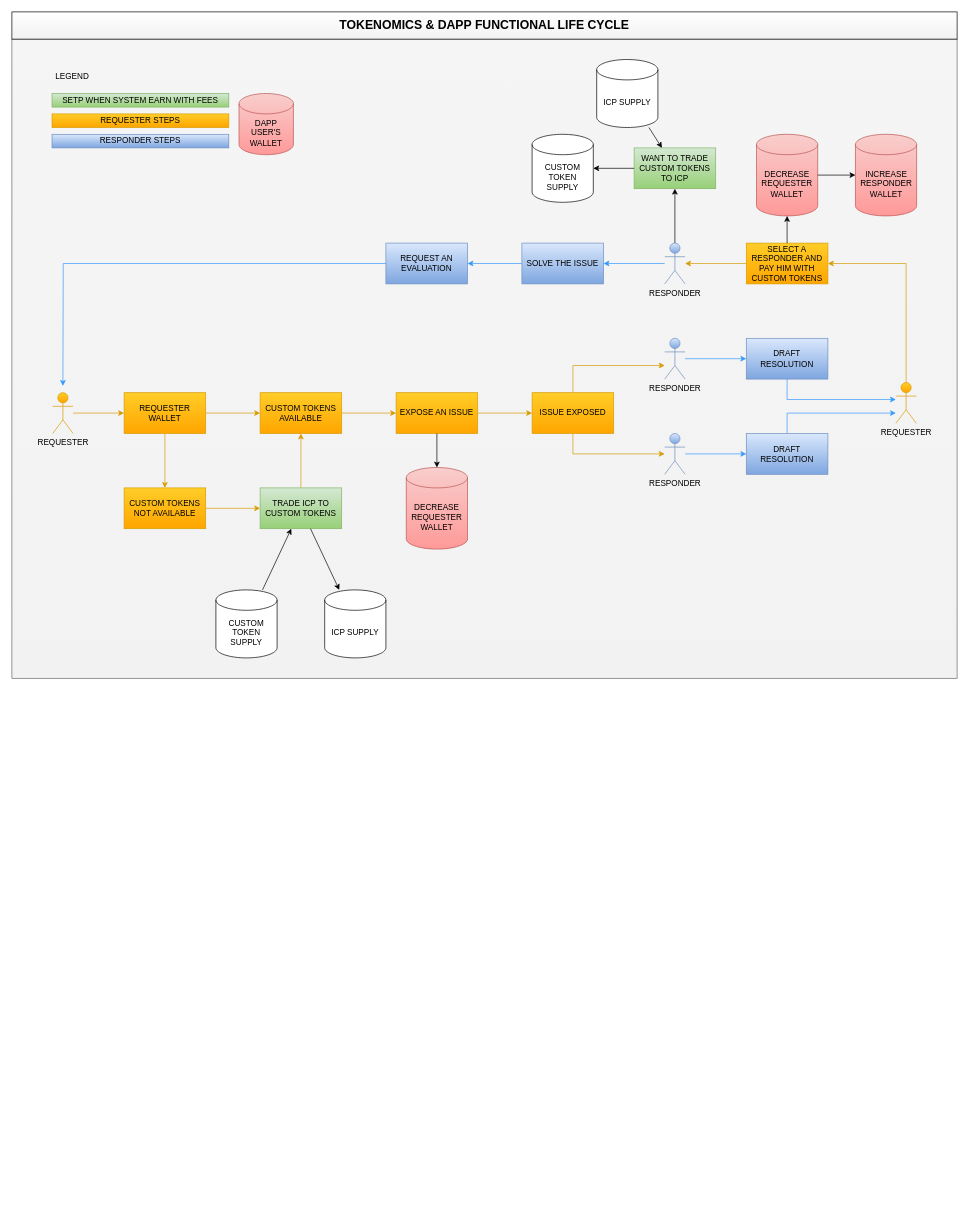
Earlier version of the draw.io diagram Icer.drawio (Kybox/Draw.io). Source tidied: cells renumbered, new cells numbered last; positions are measured from the earlier drawing's top-left corner, leaving out a move shared by most shapes. Both pictures are drawn from the tidied source at 68%, with x=0, y=0 at pixel (12, 12).
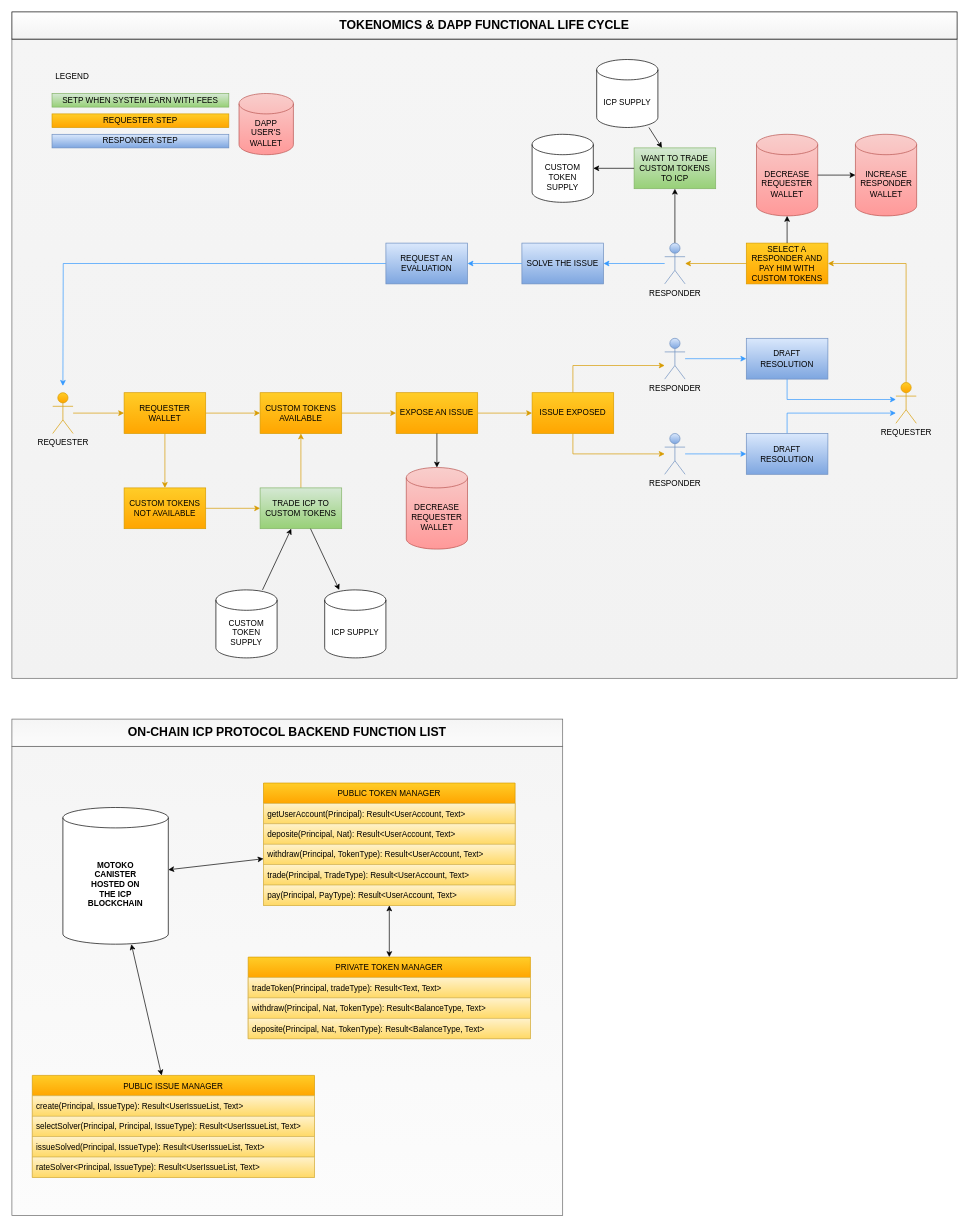
The same diagram, later.

The edit, as a diff of the source:
```diff
@@
+    <mxCell id="59" style="rounded=0;whiteSpace=wrap;html=1;fillColor=#f5f5f5;gradientColor=#FCFCFC;strokeColor=#666666;" parent="1" vertex="1">
+      <mxGeometry y="1080" width="810" height="690" as="geometry" />
+    </mxCell>
@@
-    <mxCell id="23" value="REQUESTER STEPS" style="whiteSpace=wrap;html=1;verticalAlign=middle;fillColor=#ffcd28;strokeColor=#d79b00;gradientColor=#ffa500;" parent="1" vertex="1">
+    <mxCell id="23" value="REQUESTER STEP" style="whiteSpace=wrap;html=1;verticalAlign=middle;fillColor=#ffcd28;strokeColor=#d79b00;gradientColor=#ffa500;" parent="1" vertex="1">
       <mxGeometry x="59" y="150" width="260" height="20" as="geometry" />
     </mxCell>
-    <mxCell id="24" value="RESPONDER STEPS" style="whiteSpace=wrap;html=1;verticalAlign=middle;fillColor=#dae8fc;strokeColor=#6c8ebf;gradientColor=#7ea6e0;" parent="1" vertex="1">
+    <mxCell id="24" value="RESPONDER STEP" style="whiteSpace=wrap;html=1;verticalAlign=middle;fillColor=#dae8fc;strokeColor=#6c8ebf;gradientColor=#7ea6e0;" parent="1" vertex="1">
       <mxGeometry x="59" y="180" width="260" height="20" as="geometry" />
     </mxCell>
@@
+    <mxCell id="60" value="MOTOKO&lt;br&gt;CANISTER&lt;br&gt;HOSTED ON&lt;br&gt;THE ICP&lt;br&gt;BLOCKCHAIN" style="shape=cylinder3;whiteSpace=wrap;html=1;boundedLbl=1;backgroundOutline=1;size=15;fontStyle=1;" parent="1" vertex="1">
+      <mxGeometry x="75" y="1170" width="155" height="201" as="geometry" />
+    </mxCell>
+    <mxCell id="61" value="PUBLIC TOKEN MANAGER" style="swimlane;fontStyle=0;horizontal=1;startSize=30;fillColor=#ffcd28;gradientColor=#ffa500;strokeColor=#d79b00;" parent="1" vertex="1">
+      <mxGeometry x="370" y="1134" width="370" height="180" as="geometry" />
+    </mxCell>
+    <mxCell id="62" value="getUserAccount(Principal): Result&lt;UserAccount, Text&gt;" style="text;strokeColor=#d6b656;fillColor=#fff2cc;align=left;verticalAlign=middle;spacingLeft=4;spacingRight=4;overflow=hidden;gradientColor=#ffd966;" parent="61" vertex="1">
+      <mxGeometry y="30" width="370" height="30" as="geometry" />
+    </mxCell>
+    <mxCell id="63" value="deposite(Principal, Nat): Result&lt;UserAccount, Text&gt;" style="text;strokeColor=#d6b656;fillColor=#fff2cc;align=left;verticalAlign=middle;spacingLeft=4;spacingRight=4;overflow=hidden;gradientColor=#ffd966;" parent="61" vertex="1">
+      <mxGeometry y="60" width="370" height="30" as="geometry" />
+    </mxCell>
+    <mxCell id="64" value="withdraw(Principal, TokenType): Result&lt;UserAccount, Text&gt;" style="text;strokeColor=#d6b656;fillColor=#fff2cc;align=left;verticalAlign=middle;spacingLeft=4;spacingRight=4;overflow=hidden;gradientColor=#ffd966;" parent="61" vertex="1">
+      <mxGeometry y="90" width="370" height="30" as="geometry" />
+    </mxCell>
+    <mxCell id="65" value="trade(Principal, TradeType): Result&lt;UserAccount, Text&gt;" style="text;strokeColor=#d6b656;fillColor=#fff2cc;align=left;verticalAlign=middle;spacingLeft=4;spacingRight=4;overflow=hidden;gradientColor=#ffd966;" parent="61" vertex="1">
+      <mxGeometry y="120" width="370" height="30" as="geometry" />
+    </mxCell>
+    <mxCell id="66" value="pay(Principal, PayType): Result&lt;UserAccount, Text&gt;" style="text;strokeColor=#d6b656;fillColor=#fff2cc;align=left;verticalAlign=middle;spacingLeft=4;spacingRight=4;overflow=hidden;gradientColor=#ffd966;" parent="61" vertex="1">
+      <mxGeometry y="150" width="370" height="30" as="geometry" />
+    </mxCell>
+    <mxCell id="67" style="endArrow=classic;startArrow=classic;html=1;rounded=0;" parent="1" edge="1" source="60" target="61">
+      <mxGeometry relative="1" as="geometry" />
+    </mxCell>
+    <mxCell id="68" value="PUBLIC ISSUE MANAGER" style="swimlane;fontStyle=0;horizontal=1;startSize=30;fillColor=#ffcd28;gradientColor=#ffa500;strokeColor=#d79b00;" parent="1" vertex="1">
+      <mxGeometry x="30" y="1564" width="415" height="150" as="geometry" />
+    </mxCell>
+    <mxCell id="69" value="create(Principal, IssueType): Result&lt;UserIssueList, Text&gt;" style="text;strokeColor=#d6b656;fillColor=#fff2cc;align=left;verticalAlign=middle;spacingLeft=4;spacingRight=4;overflow=hidden;gradientColor=#ffd966;" parent="68" vertex="1">
+      <mxGeometry y="30" width="415" height="30" as="geometry" />
+    </mxCell>
+    <mxCell id="70" value="selectSolver(Principal, Principal, IssueType): Result&lt;UserIssueList, Text&gt;" style="text;strokeColor=#d6b656;fillColor=#fff2cc;align=left;verticalAlign=middle;spacingLeft=4;spacingRight=4;overflow=hidden;gradientColor=#ffd966;" parent="68" vertex="1">
+      <mxGeometry y="60" width="415" height="30" as="geometry" />
+    </mxCell>
+    <mxCell id="71" value="issueSolved(Principal, IssueType): Result&lt;UserIssueList, Text&gt;" style="text;strokeColor=#d6b656;fillColor=#fff2cc;align=left;verticalAlign=middle;spacingLeft=4;spacingRight=4;overflow=hidden;gradientColor=#ffd966;" parent="68" vertex="1">
+      <mxGeometry y="90" width="415" height="30" as="geometry" />
+    </mxCell>
+    <mxCell id="72" value="rateSolver&lt;Principal, IssueType): Result&lt;UserIssueList, Text&gt;" style="text;strokeColor=#d6b656;fillColor=#fff2cc;align=left;verticalAlign=middle;spacingLeft=4;spacingRight=4;overflow=hidden;gradientColor=#ffd966;" parent="68" vertex="1">
+      <mxGeometry y="120" width="415" height="30" as="geometry" />
+    </mxCell>
+    <mxCell id="73" style="endArrow=classic;startArrow=classic;html=1;rounded=0;" parent="1" edge="1" source="68" target="60">
+      <mxGeometry relative="1" as="geometry" />
+    </mxCell>
+    <mxCell id="74" value="PRIVATE TOKEN MANAGER" style="swimlane;fontStyle=0;horizontal=1;startSize=30;fillColor=#ffcd28;gradientColor=#ffa500;strokeColor=#d79b00;" parent="1" vertex="1">
+      <mxGeometry x="347.5" y="1390" width="415" height="120" as="geometry" />
+    </mxCell>
+    <mxCell id="75" value="tradeToken(Principal, tradeType): Result&lt;Text, Text&gt;" style="text;strokeColor=#d6b656;fillColor=#fff2cc;align=left;verticalAlign=middle;spacingLeft=4;spacingRight=4;overflow=hidden;gradientColor=#ffd966;" parent="74" vertex="1">
+      <mxGeometry y="30" width="415" height="30" as="geometry" />
+    </mxCell>
+    <mxCell id="76" value="withdraw(Principal, Nat, TokenType): Result&lt;BalanceType, Text&gt;" style="text;strokeColor=#d6b656;fillColor=#fff2cc;align=left;verticalAlign=middle;spacingLeft=4;spacingRight=4;overflow=hidden;gradientColor=#ffd966;" parent="74" vertex="1">
+      <mxGeometry y="60" width="415" height="30" as="geometry" />
+    </mxCell>
+    <mxCell id="77" value="deposite(Principal, Nat, TokenType): Result&lt;BalanceType, Text&gt;" style="text;strokeColor=#d6b656;fillColor=#fff2cc;align=left;verticalAlign=middle;spacingLeft=4;spacingRight=4;overflow=hidden;gradientColor=#ffd966;" parent="74" vertex="1">
+      <mxGeometry y="90" width="415" height="30" as="geometry" />
+    </mxCell>
+    <mxCell id="78" style="endArrow=classic;startArrow=classic;html=1;rounded=0;" parent="1" edge="1" source="74" target="61">
+      <mxGeometry relative="1" as="geometry" />
+    </mxCell>
+    <mxCell id="79" value="&lt;b&gt;&lt;font style=&quot;font-size: 18px;&quot;&gt;ON-CHAIN ICP PROTOCOL BACKEND FUNCTION LIST&lt;/font&gt;&lt;/b&gt;" style="rounded=0;whiteSpace=wrap;html=1;fillColor=#f5f5f5;gradientColor=#FCFCFC;strokeColor=#666666;" parent="1" vertex="1">
+      <mxGeometry y="1040" width="810" height="40" as="geometry" />
+    </mxCell>
```
